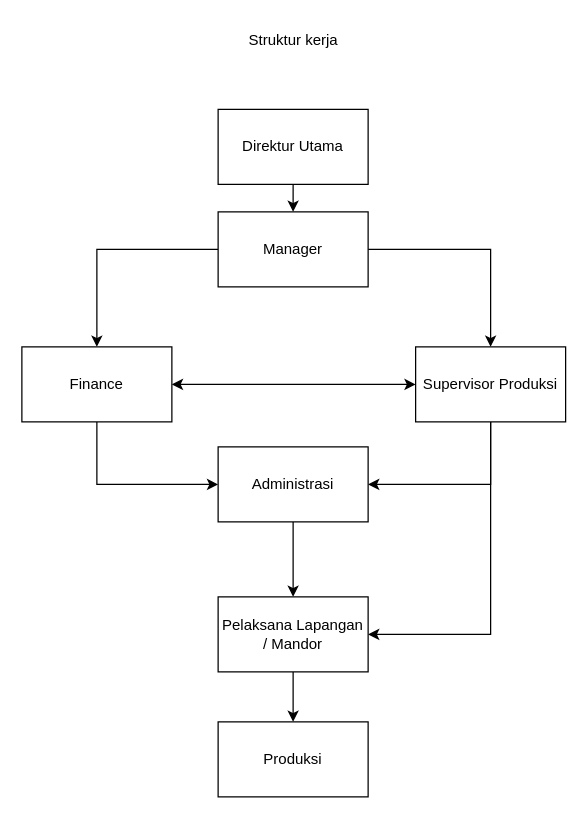
This is Untitled Diagram.drawio from NurcholisAR/diagram-tukang, a draw.io file, before an edit. Source tidied: cells renumbered, new cells numbered last; positions are measured from the earlier drawing's top-left corner, leaving out a move shared by most shapes. Both pictures are drawn from the tidied source at 125%, with x=0, y=0 at pixel (21, 21).
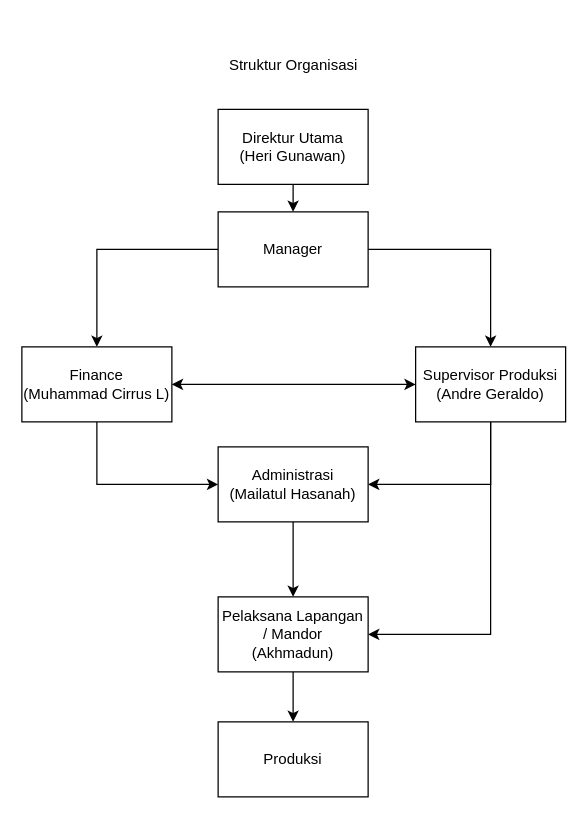
The same diagram, later.

Commit message:
UPDATE STRUKTUR ORGANISASI

The edit, as a diff of the source:
```diff
@@
 <mxGraphModel>
   <root>
     <mxCell id="0" />
     <mxCell id="1" parent="0" />
     <mxCell id="2" style="edgeStyle=orthogonalEdgeStyle;rounded=0;jettySize=auto;html=1;exitX=1;exitY=0.5;exitDx=0;exitDy=0;entryX=0.5;entryY=0;entryDx=0;entryDy=0;" parent="1" edge="1" source="4" target="11">
       <mxGeometry relative="1" as="geometry" />
     </mxCell>
     <mxCell id="3" style="edgeStyle=orthogonalEdgeStyle;rounded=0;jettySize=auto;html=1;exitX=0;exitY=0.5;exitDx=0;exitDy=0;entryX=0.5;entryY=0;entryDx=0;entryDy=0;" parent="1" edge="1" source="4" target="6">
       <mxGeometry relative="1" as="geometry" />
     </mxCell>
     <mxCell id="4" value="Manager" style="rounded=0;whiteSpace=wrap;html=1;" parent="1" vertex="1">
       <mxGeometry x="157" y="152" width="120" height="60" as="geometry" />
     </mxCell>
     <mxCell id="5" style="edgeStyle=orthogonalEdgeStyle;rounded=0;jettySize=auto;html=1;exitX=0.5;exitY=1;exitDx=0;exitDy=0;entryX=0;entryY=0.5;entryDx=0;entryDy=0;" parent="1" edge="1" source="6" target="8">
       <mxGeometry relative="1" as="geometry" />
     </mxCell>
-    <mxCell id="6" value="Finance" style="rounded=0;whiteSpace=wrap;html=1;" parent="1" vertex="1">
+    <mxCell id="6" value="Finance&lt;br&gt;(Muhammad Cirrus L)" style="rounded=0;whiteSpace=wrap;html=1;" parent="1" vertex="1">
       <mxGeometry y="260" width="120" height="60" as="geometry" />
     </mxCell>
     <mxCell id="7" style="edgeStyle=orthogonalEdgeStyle;rounded=0;jettySize=auto;html=1;exitX=0.5;exitY=1;exitDx=0;exitDy=0;entryX=0.5;entryY=0;entryDx=0;entryDy=0;" parent="1" edge="1" source="8" target="13">
       <mxGeometry relative="1" as="geometry" />
     </mxCell>
-    <mxCell id="8" value="Administrasi" style="rounded=0;whiteSpace=wrap;html=1;" parent="1" vertex="1">
+    <mxCell id="8" value="Administrasi&lt;br&gt;(Mailatul Hasanah)" style="rounded=0;whiteSpace=wrap;html=1;" parent="1" vertex="1">
       <mxGeometry x="157" y="340" width="120" height="60" as="geometry" />
     </mxCell>
     <mxCell id="9" style="edgeStyle=orthogonalEdgeStyle;rounded=0;jettySize=auto;html=1;exitX=0.5;exitY=1;exitDx=0;exitDy=0;entryX=1;entryY=0.5;entryDx=0;entryDy=0;" parent="1" edge="1" source="11" target="8">
       <mxGeometry relative="1" as="geometry" />
     </mxCell>
     <mxCell id="10" style="edgeStyle=orthogonalEdgeStyle;rounded=0;jettySize=auto;html=1;exitX=0.5;exitY=1;exitDx=0;exitDy=0;entryX=1;entryY=0.5;entryDx=0;entryDy=0;" parent="1" edge="1" source="11" target="13">
       <mxGeometry relative="1" as="geometry" />
     </mxCell>
-    <mxCell id="11" value="Supervisor Produksi" style="rounded=0;whiteSpace=wrap;html=1;" parent="1" vertex="1">
+    <mxCell id="11" value="Supervisor Produksi&lt;br&gt;(Andre Geraldo)" style="rounded=0;whiteSpace=wrap;html=1;" parent="1" vertex="1">
       <mxGeometry x="315" y="260" width="120" height="60" as="geometry" />
     </mxCell>
     <mxCell id="12" style="edgeStyle=orthogonalEdgeStyle;rounded=0;jettySize=auto;html=1;exitX=0.5;exitY=1;exitDx=0;exitDy=0;entryX=0.5;entryY=0;entryDx=0;entryDy=0;" parent="1" edge="1" source="13" target="15">
       <mxGeometry relative="1" as="geometry" />
     </mxCell>
-    <mxCell id="13" value="Pelaksana Lapangan / Mandor" style="rounded=0;whiteSpace=wrap;html=1;" parent="1" vertex="1">
+    <mxCell id="13" value="Pelaksana Lapangan / Mandor&lt;br&gt;(Akhmadun)" style="rounded=0;whiteSpace=wrap;html=1;" parent="1" vertex="1">
       <mxGeometry x="157" y="460" width="120" height="60" as="geometry" />
     </mxCell>
     <mxCell id="14" style="endArrow=classic;startArrow=classic;html=1;rounded=0;entryX=0;entryY=0.5;entryDx=0;entryDy=0;exitX=1;exitY=0.5;exitDx=0;exitDy=0;" parent="1" edge="1" source="6" target="11">
       <mxGeometry relative="1" as="geometry" />
     </mxCell>
     <mxCell id="15" value="Produksi" style="rounded=0;whiteSpace=wrap;html=1;" parent="1" vertex="1">
       <mxGeometry x="157" y="560" width="120" height="60" as="geometry" />
     </mxCell>
     <mxCell id="16" style="edgeStyle=orthogonalEdgeStyle;rounded=0;jettySize=auto;html=1;exitX=0.5;exitY=1;exitDx=0;exitDy=0;entryX=0.5;entryY=0;entryDx=0;entryDy=0;" parent="1" edge="1" source="17" target="4">
       <mxGeometry relative="1" as="geometry" />
     </mxCell>
-    <mxCell id="17" value="Direktur Utama" style="rounded=0;whiteSpace=wrap;html=1;" parent="1" vertex="1">
+    <mxCell id="17" value="Direktur Utama&lt;br&gt;(Heri Gunawan)" style="rounded=0;whiteSpace=wrap;html=1;" parent="1" vertex="1">
       <mxGeometry x="157" y="70" width="120" height="60" as="geometry" />
     </mxCell>
-    <mxCell id="18" value="Struktur kerja" style="text;html=1;strokeColor=none;fillColor=none;align=center;verticalAlign=middle;whiteSpace=wrap;rounded=0;" parent="1" vertex="1">
-      <mxGeometry x="115" width="205" height="30" as="geometry" />
+    <mxCell id="18" value="Struktur Organisasi" style="text;html=1;strokeColor=none;fillColor=none;align=center;verticalAlign=middle;whiteSpace=wrap;rounded=0;" parent="1" vertex="1">
+      <mxGeometry x="115" y="20" width="205" height="30" as="geometry" />
     </mxCell>
   </root>
 </mxGraphModel>
```
